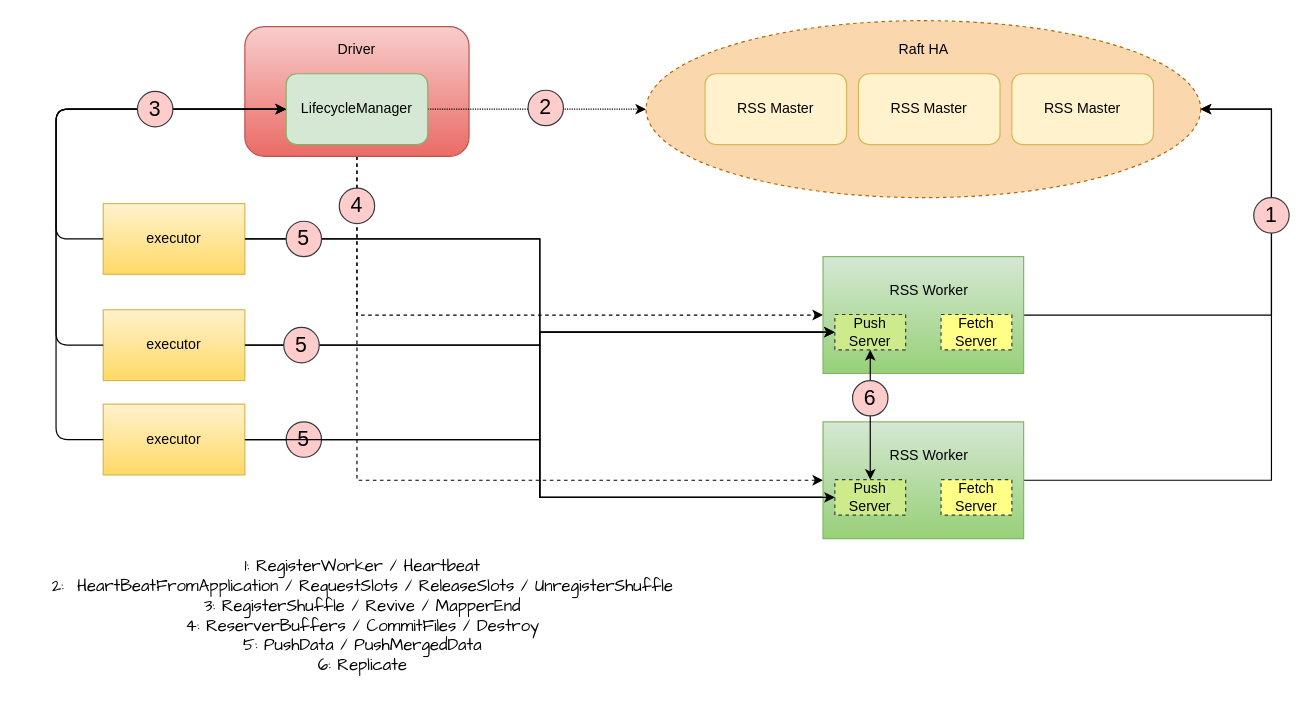
apache/celeborn keeps this draw.io diagram as assets/diagram/rss.drawio. Above is the earlier version. Source tidied: cells renumbered, new cells numbered last; positions are measured from the earlier drawing's top-left corner, leaving out a move shared by most shapes. Both pictures are drawn from the tidied source at 118%, with x=0, y=0 at pixel (20, 20).
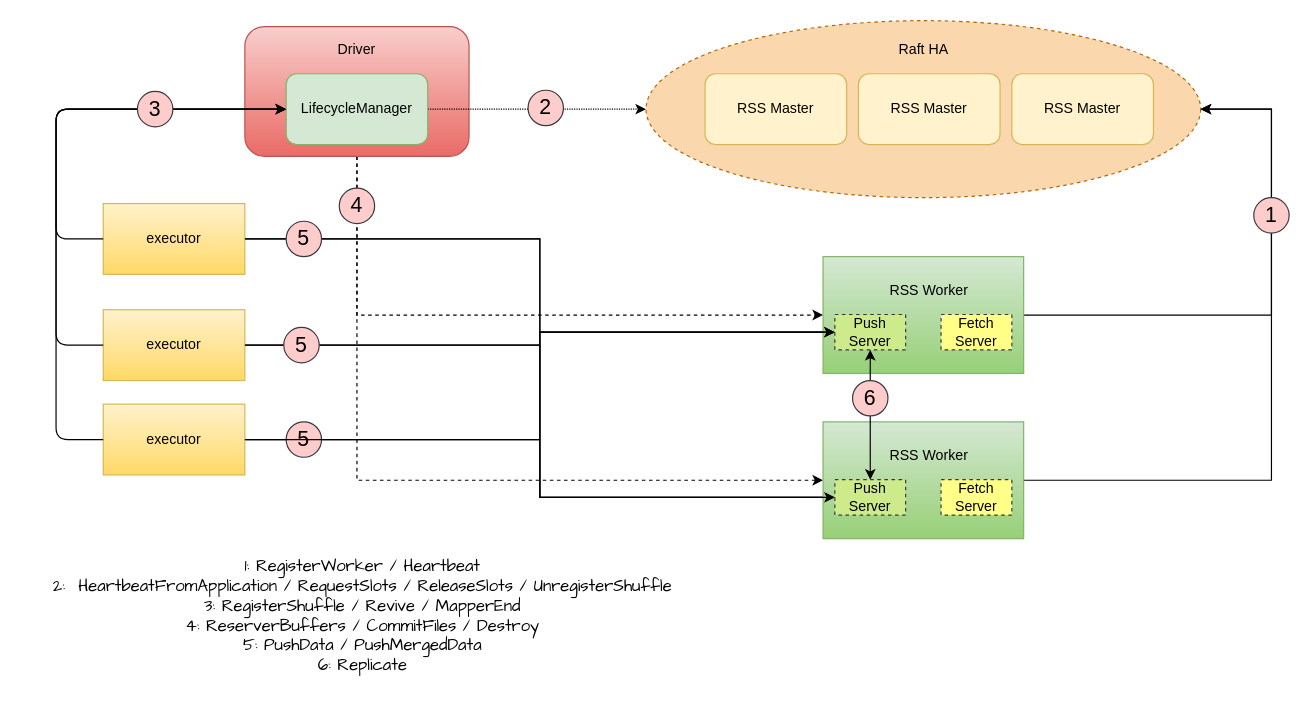
Above is the later version.

Diff of the diagram source:
```diff
@@
-    <mxCell id="27" value="&lt;font face=&quot;Comic Sans MS&quot; style=&quot;font-size: 14px&quot;&gt;1: RegisterWorker / Heartbeat&lt;br&gt;2:&amp;nbsp; HeartBeatFromApplication / RequestSlots / ReleaseSlots / UnregisterShuffle&lt;br&gt;3: RegisterShuffle / Revive / MapperEnd&lt;br&gt;4: ReserverBuffers / CommitFiles / Destroy&lt;br&gt;5: PushData / PushMergedData&lt;br&gt;6: Replicate&lt;br&gt;&lt;/font&gt;" style="text;html=1;strokeColor=none;fillColor=none;align=center;verticalAlign=middle;whiteSpace=wrap;rounded=0;fontSize=12;" parent="1" vertex="1">
+    <mxCell id="27" value="&lt;font face=&quot;Comic Sans MS&quot; style=&quot;font-size: 14px&quot;&gt;1: RegisterWorker / Heartbeat&lt;br&gt;2:&amp;nbsp; HeartbeatFromApplication / RequestSlots / ReleaseSlots / UnregisterShuffle&lt;br&gt;3: RegisterShuffle / Revive / MapperEnd&lt;br&gt;4: ReserverBuffers / CommitFiles / Destroy&lt;br&gt;5: PushData / PushMergedData&lt;br&gt;6: Replicate&lt;br&gt;&lt;/font&gt;" style="text;html=1;strokeColor=none;fillColor=none;align=center;verticalAlign=middle;whiteSpace=wrap;rounded=0;fontSize=12;" parent="1" vertex="1">
       <mxGeometry y="445" width="580" height="120" as="geometry" />
     </mxCell>
```
